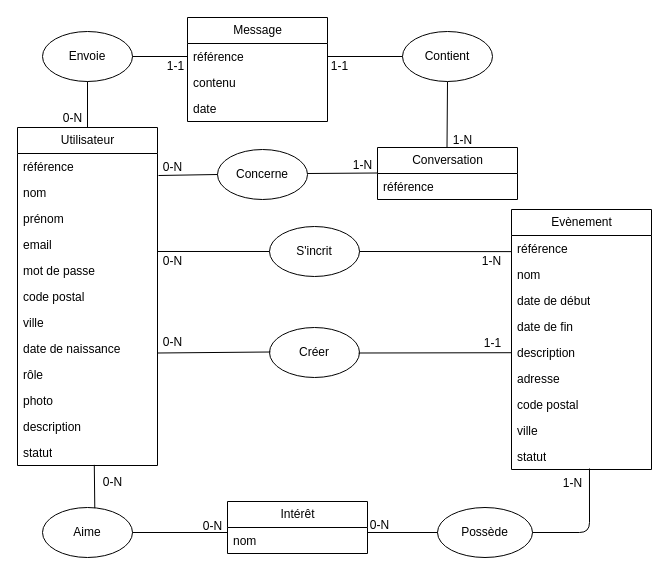
Above: conception/database_modelling/MCD/mcd.drawio in LunaireFlare/orizon (draw.io), before the change. Source tidied: cells renumbered, new cells numbered last; positions are measured from the earlier drawing's top-left corner, leaving out a move shared by most shapes. Both pictures are drawn from the tidied source at 100%, with x=0, y=0 at pixel (17, 17).
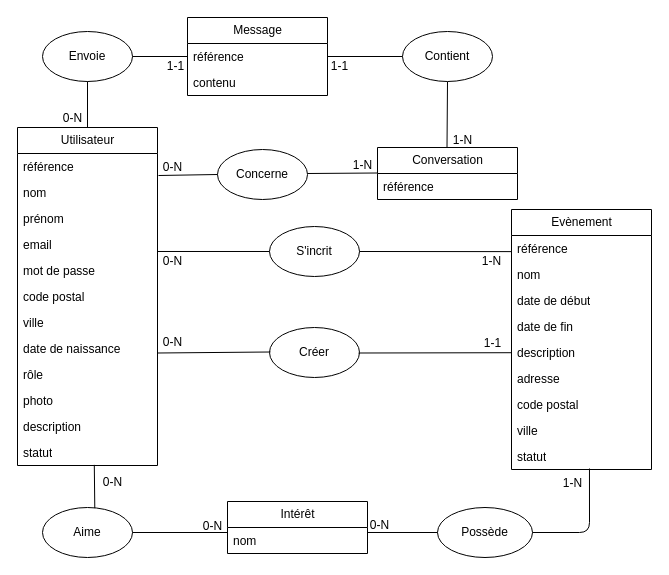
Above is the later version.

Commit message (it also covers changes not shown here):
docs: modification of table message, delete date

Change to the diagram source:
```diff
@@
     <mxCell id="15" value="Message" style="swimlane;fontStyle=0;horizontal=1;startSize=26;fillColor=none;html=1;" parent="1" vertex="1">
-      <mxGeometry x="170" width="140" height="104" as="geometry" />
+      <mxGeometry x="170" width="140" height="78" as="geometry" />
     </mxCell>
@@
-    <mxCell id="18" value="date" style="text;strokeColor=none;fillColor=none;align=left;verticalAlign=top;spacingLeft=4;spacingRight=4;overflow=hidden;whiteSpace=wrap;html=1;" parent="15" vertex="1">
-      <mxGeometry y="78" width="140" height="26" as="geometry" />
-    </mxCell>
```
